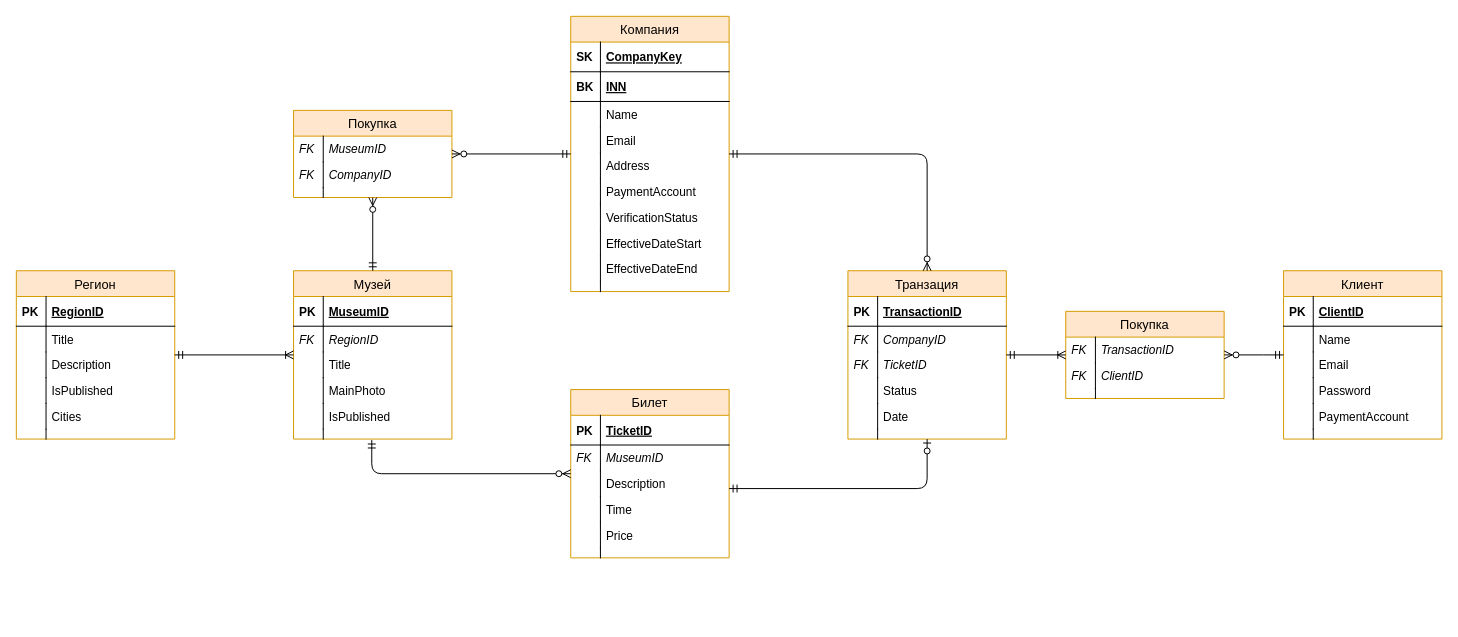
romanovsavelij/DatabaseCoursePractice keeps this draw.io diagram as LogicalModel.drawio. Above is the earlier version. Source tidied: cells renumbered, new cells numbered last; positions are measured from the earlier drawing's top-left corner, leaving out a move shared by most shapes. Both pictures are drawn from the tidied source at 99%, with x=0, y=0 at pixel (16, 16).
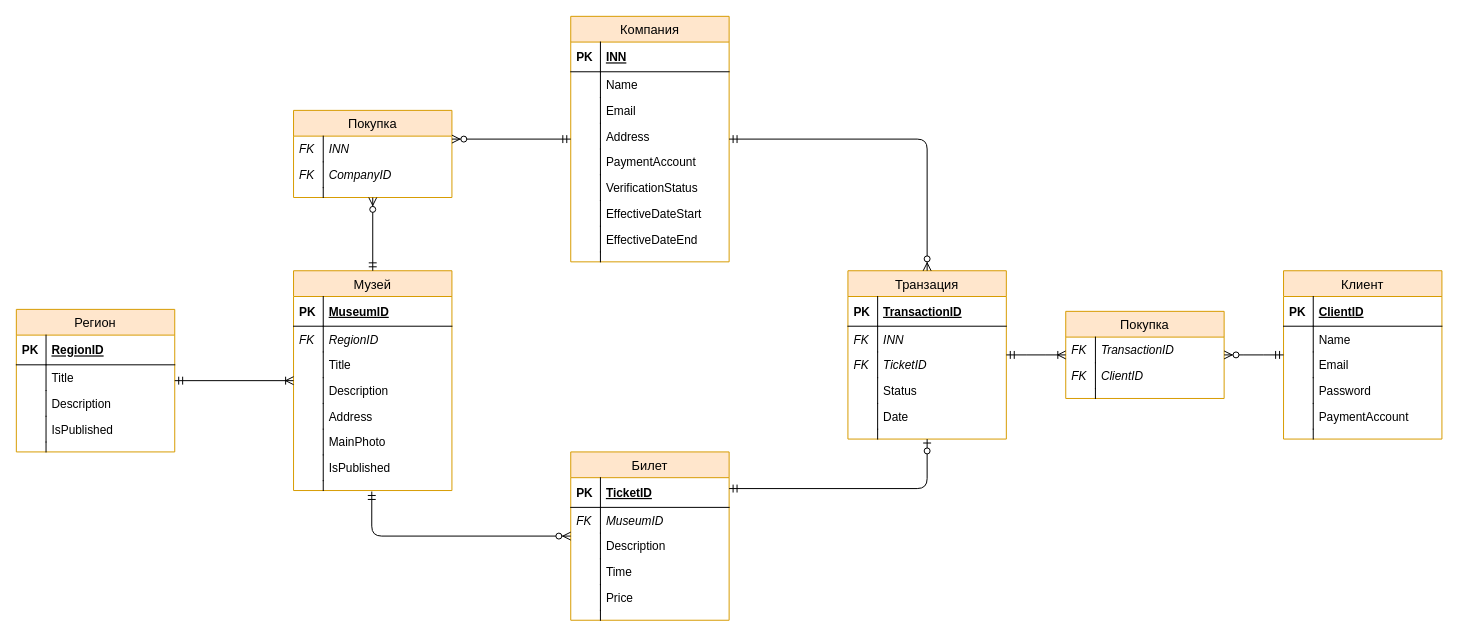
The same page after the edit.

Unchanged cells that the change refers to:
```xml
<mxCell id="63" value="Транзация" style="swimlane;fontStyle=0;horizontal=1;startSize=26;fillColor=#ffe6cc;swimlaneFillColor=#ffffff;align=center;strokeWidth=1;fontSize=13;strokeColor=#d79b00;" parent="1" vertex="1">
  <mxGeometry x="840" y="257" width="160" height="170" as="geometry" />
</mxCell>
<mxCell id="101" value="Покупка" style="swimlane;fontStyle=0;horizontal=1;startSize=26;fillColor=#ffe6cc;swimlaneFillColor=#ffffff;align=center;strokeWidth=1;fontSize=13;strokeColor=#d79b00;" parent="1" vertex="1">
  <mxGeometry x="280" y="95" width="160" height="88" as="geometry" />
</mxCell>
```

Change to the diagram source:
```diff
@@
     <mxCell id="2" value="Регион" style="swimlane;fontStyle=0;horizontal=1;startSize=26;fillColor=#ffe6cc;swimlaneFillColor=#ffffff;align=center;strokeWidth=1;fontSize=13;strokeColor=#d79b00;" parent="1" vertex="1">
-      <mxGeometry y="257" width="160" height="170" as="geometry" />
+      <mxGeometry y="296" width="160" height="144" as="geometry" />
     </mxCell>
@@
-    <mxCell id="11" value="Cities" style="shape=partialRectangle;top=0;left=0;right=0;bottom=0;align=left;verticalAlign=top;fillColor=none;spacingLeft=34;spacingRight=4;overflow=hidden;" parent="2" vertex="1">
-      <mxGeometry y="134" width="160" height="26" as="geometry" />
-    </mxCell>
-    <mxCell id="12" style="shape=partialRectangle;top=0;left=0;bottom=0;fillColor=none;align=left;verticalAlign=top;spacingLeft=4;spacingRight=4;overflow=hidden;" parent="11" vertex="1">
-      <mxGeometry width="30" height="26" as="geometry" />
-    </mxCell>
     <mxCell id="13" style="shape=partialRectangle;top=0;left=0;right=0;bottom=0;align=left;verticalAlign=top;fillColor=none;spacingLeft=34;spacingRight=4;overflow=hidden;" parent="2" vertex="1">
-      <mxGeometry y="160" width="160" height="10" as="geometry" />
+      <mxGeometry y="134" width="160" height="10" as="geometry" />
     </mxCell>
@@
     <mxCell id="15" value="Музей" style="swimlane;fontStyle=0;horizontal=1;startSize=26;fillColor=#ffe6cc;swimlaneFillColor=#ffffff;align=center;strokeWidth=1;fontSize=13;strokeColor=#d79b00;" parent="1" vertex="1">
-      <mxGeometry x="280" y="257" width="160" height="170" as="geometry" />
+      <mxGeometry x="280" y="257" width="160" height="222" as="geometry" />
     </mxCell>
@@
+    <mxCell id="110" value="Description" style="shape=partialRectangle;top=0;left=0;right=0;bottom=0;align=left;verticalAlign=top;fillColor=none;spacingLeft=34;spacingRight=4;overflow=hidden;" parent="15" vertex="1">
+      <mxGeometry y="108" width="160" height="26" as="geometry" />
+    </mxCell>
+    <mxCell id="111" style="shape=partialRectangle;top=0;left=0;bottom=0;fillColor=none;align=left;verticalAlign=top;spacingLeft=4;spacingRight=4;overflow=hidden;" parent="110" vertex="1">
+      <mxGeometry width="30" height="26" as="geometry" />
+    </mxCell>
+    <mxCell id="112" value="Address" style="shape=partialRectangle;top=0;left=0;right=0;bottom=0;align=left;verticalAlign=top;fillColor=none;spacingLeft=34;spacingRight=4;overflow=hidden;" parent="15" vertex="1">
+      <mxGeometry y="134" width="160" height="26" as="geometry" />
+    </mxCell>
+    <mxCell id="113" style="shape=partialRectangle;top=0;left=0;bottom=0;fillColor=none;align=left;verticalAlign=top;spacingLeft=4;spacingRight=4;overflow=hidden;" parent="112" vertex="1">
+      <mxGeometry width="30" height="26" as="geometry" />
+    </mxCell>
     <mxCell id="22" value="MainPhoto" style="shape=partialRectangle;top=0;left=0;right=0;bottom=0;align=left;verticalAlign=top;fillColor=none;spacingLeft=34;spacingRight=4;overflow=hidden;" parent="15" vertex="1">
-      <mxGeometry y="108" width="160" height="26" as="geometry" />
+      <mxGeometry y="160" width="160" height="26" as="geometry" />
     </mxCell>
@@
     <mxCell id="24" value="IsPublished" style="shape=partialRectangle;top=0;left=0;right=0;bottom=0;align=left;verticalAlign=top;fillColor=none;spacingLeft=34;spacingRight=4;overflow=hidden;" parent="15" vertex="1">
-      <mxGeometry y="134" width="160" height="26" as="geometry" />
+      <mxGeometry y="186" width="160" height="26" as="geometry" />
     </mxCell>
@@
     <mxCell id="26" style="shape=partialRectangle;top=0;left=0;right=0;bottom=0;align=left;verticalAlign=top;fillColor=none;spacingLeft=34;spacingRight=4;overflow=hidden;points=[[0,0.5],[1,0.5]];portConstraint=eastwest;" parent="15" vertex="1">
-      <mxGeometry y="160" width="160" height="10" as="geometry" />
+      <mxGeometry y="212" width="160" height="10" as="geometry" />
     </mxCell>
@@
     <mxCell id="29" value="Билет" style="swimlane;fontStyle=0;horizontal=1;startSize=26;fillColor=#ffe6cc;swimlaneFillColor=#ffffff;align=center;strokeWidth=1;fontSize=13;strokeColor=#d79b00;" parent="1" vertex="1">
-      <mxGeometry x="560" y="377" width="160" height="170" as="geometry" />
+      <mxGeometry x="560" y="440" width="160" height="170" as="geometry" />
     </mxCell>
@@
     <mxCell id="42" value="Компания" style="swimlane;fontStyle=0;horizontal=1;startSize=26;fillColor=#ffe6cc;swimlaneFillColor=#ffffff;align=center;strokeWidth=1;fontSize=13;strokeColor=#d79b00;" parent="1" vertex="1">
-      <mxGeometry x="560" width="160" height="278" as="geometry" />
+      <mxGeometry x="560" width="160" height="248" as="geometry" />
     </mxCell>
-    <mxCell id="43" value="CompanyKey" style="shape=partialRectangle;top=0;left=0;right=0;bottom=1;align=left;verticalAlign=middle;fillColor=none;spacingLeft=34;spacingRight=4;overflow=hidden;fontStyle=5;" parent="42" vertex="1">
+    <mxCell id="43" value="INN" style="shape=partialRectangle;top=0;left=0;right=0;bottom=1;align=left;verticalAlign=middle;fillColor=none;spacingLeft=34;spacingRight=4;overflow=hidden;fontStyle=5;" parent="42" vertex="1">
       <mxGeometry y="26" width="160" height="30" as="geometry" />
     </mxCell>
-    <mxCell id="44" value="SK" style="shape=partialRectangle;top=0;left=0;bottom=0;fillColor=none;align=left;verticalAlign=middle;spacingLeft=4;spacingRight=4;overflow=hidden;fontStyle=1;" parent="43" vertex="1">
+    <mxCell id="44" value="PK" style="shape=partialRectangle;top=0;left=0;bottom=0;fillColor=none;align=left;verticalAlign=middle;spacingLeft=4;spacingRight=4;overflow=hidden;fontStyle=1;" parent="43" vertex="1">
       <mxGeometry width="30" height="30" as="geometry" />
     </mxCell>
-    <mxCell id="45" value="INN" style="shape=partialRectangle;top=0;left=0;right=0;bottom=1;align=left;verticalAlign=middle;fillColor=none;spacingLeft=34;spacingRight=4;overflow=hidden;fontStyle=5;" parent="42" vertex="1">
-      <mxGeometry y="56" width="160" height="30" as="geometry" />
-    </mxCell>
-    <mxCell id="46" value="BK" style="shape=partialRectangle;top=0;left=0;bottom=0;fillColor=none;align=left;verticalAlign=middle;spacingLeft=4;spacingRight=4;overflow=hidden;fontStyle=1;" parent="45" vertex="1">
-      <mxGeometry width="30" height="30" as="geometry" />
-    </mxCell>
     <mxCell id="47" value="Name" style="shape=partialRectangle;top=0;left=0;right=0;bottom=0;align=left;verticalAlign=top;fillColor=none;spacingLeft=34;spacingRight=4;overflow=hidden;" parent="42" vertex="1">
-      <mxGeometry y="86" width="160" height="26" as="geometry" />
+      <mxGeometry y="56" width="160" height="26" as="geometry" />
     </mxCell>
@@
     <mxCell id="49" value="Email" style="shape=partialRectangle;top=0;left=0;right=0;bottom=0;align=left;verticalAlign=top;fillColor=none;spacingLeft=34;spacingRight=4;overflow=hidden;" parent="42" vertex="1">
-      <mxGeometry y="112" width="160" height="26" as="geometry" />
+      <mxGeometry y="82" width="160" height="26" as="geometry" />
     </mxCell>
@@
     <mxCell id="51" value="Address" style="shape=partialRectangle;top=0;left=0;right=0;bottom=0;align=left;verticalAlign=top;fillColor=none;spacingLeft=34;spacingRight=4;overflow=hidden;" parent="42" vertex="1">
-      <mxGeometry y="138" width="160" height="26" as="geometry" />
+      <mxGeometry y="108" width="160" height="26" as="geometry" />
     </mxCell>
@@
     <mxCell id="53" value="PaymentAccount" style="shape=partialRectangle;top=0;left=0;right=0;bottom=0;align=left;verticalAlign=top;fillColor=none;spacingLeft=34;spacingRight=4;overflow=hidden;" parent="42" vertex="1">
-      <mxGeometry y="164" width="160" height="26" as="geometry" />
+      <mxGeometry y="134" width="160" height="26" as="geometry" />
     </mxCell>
@@
     <mxCell id="55" value="VerificationStatus" style="shape=partialRectangle;top=0;left=0;right=0;bottom=0;align=left;verticalAlign=top;fillColor=none;spacingLeft=34;spacingRight=4;overflow=hidden;" parent="42" vertex="1">
-      <mxGeometry y="190" width="160" height="26" as="geometry" />
+      <mxGeometry y="160" width="160" height="26" as="geometry" />
     </mxCell>
@@
     <mxCell id="57" value="EffectiveDateStart" style="shape=partialRectangle;top=0;left=0;right=0;bottom=0;align=left;verticalAlign=top;fillColor=none;spacingLeft=34;spacingRight=4;overflow=hidden;" parent="42" vertex="1">
-      <mxGeometry y="216" width="160" height="26" as="geometry" />
+      <mxGeometry y="186" width="160" height="26" as="geometry" />
     </mxCell>
@@
     <mxCell id="59" value="EffectiveDateEnd" style="shape=partialRectangle;top=0;left=0;right=0;bottom=0;align=left;verticalAlign=top;fillColor=none;spacingLeft=34;spacingRight=4;overflow=hidden;" parent="42" vertex="1">
-      <mxGeometry y="242" width="160" height="26" as="geometry" />
+      <mxGeometry y="212" width="160" height="26" as="geometry" />
     </mxCell>
@@
     <mxCell id="61" style="shape=partialRectangle;top=0;left=0;right=0;bottom=0;align=left;verticalAlign=top;fillColor=none;spacingLeft=34;spacingRight=4;overflow=hidden;" parent="42" vertex="1">
-      <mxGeometry y="268" width="160" height="10" as="geometry" />
+      <mxGeometry y="238" width="160" height="10" as="geometry" />
     </mxCell>
@@
-    <mxCell id="66" value="CompanyID" style="shape=partialRectangle;top=0;left=0;right=0;bottom=0;align=left;verticalAlign=top;fillColor=none;spacingLeft=34;spacingRight=4;overflow=hidden;fontStyle=2;" parent="63" vertex="1">
+    <mxCell id="66" value="INN" style="shape=partialRectangle;top=0;left=0;right=0;bottom=0;align=left;verticalAlign=top;fillColor=none;spacingLeft=34;spacingRight=4;overflow=hidden;fontStyle=2;" parent="63" vertex="1">
       <mxGeometry y="56" width="160" height="26" as="geometry" />
     </mxCell>
@@
-    <mxCell id="102" value="MuseumID" style="shape=partialRectangle;top=0;left=0;right=0;bottom=0;align=left;verticalAlign=top;fillColor=none;spacingLeft=34;spacingRight=4;overflow=hidden;fontStyle=2;" parent="101" vertex="1">
+    <mxCell id="102" value="INN" style="shape=partialRectangle;top=0;left=0;right=0;bottom=0;align=left;verticalAlign=top;fillColor=none;spacingLeft=34;spacingRight=4;overflow=hidden;fontStyle=2;" parent="101" vertex="1">
       <mxGeometry y="26" width="160" height="26" as="geometry" />
     </mxCell>
```
